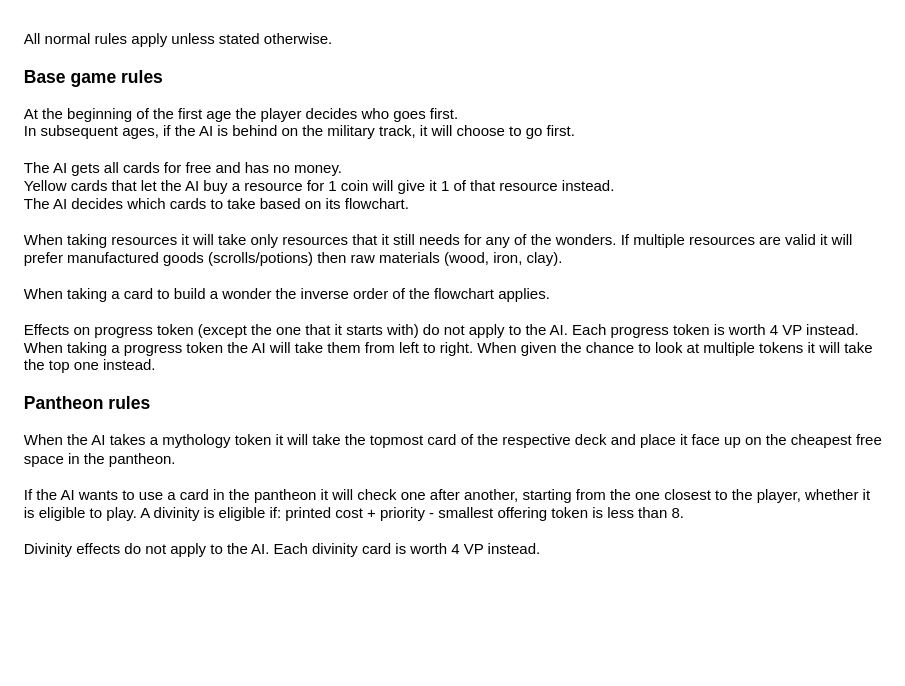
MadCowDevelopment/7WondersDuelBots keeps this draw.io diagram as Rules.drawio. Above is the earlier version. Source tidied: cells renumbered, new cells numbered last; positions are measured from the earlier drawing's top-left corner, leaving out a move shared by most shapes. Both pictures are drawn from the tidied source at 125%, with x=0, y=0 at pixel (21, 21).
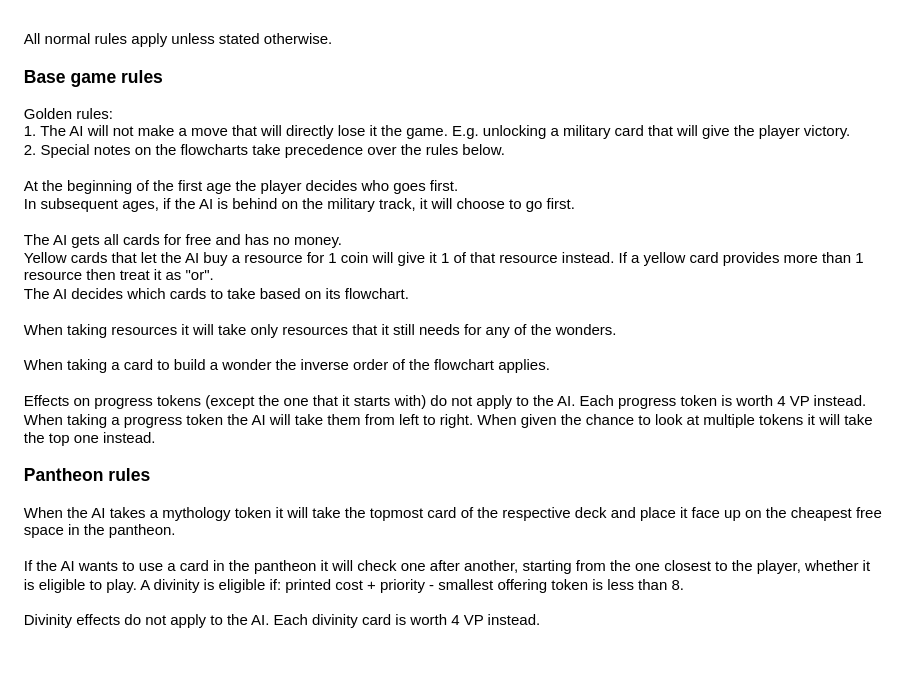
After the change.

Change to the diagram source:
```diff
@@
 <mxGraphModel>
   <root>
     <mxCell id="0" />
     <mxCell id="1" parent="0" />
-    <mxCell id="2" value="All normal rules apply unless stated otherwise.&lt;br&gt;&lt;span&gt;&lt;b&gt;&lt;br&gt;&lt;font style=&quot;font-size: 14px&quot;&gt;Base game rules&lt;/font&gt;&lt;/b&gt;&lt;/span&gt;&lt;br&gt;&lt;span&gt;&lt;br&gt;&lt;/span&gt;At the beginning of the first age the player decides who goes first.&lt;br&gt;In subsequent ages, if the AI is behind on the military track, it will choose to go first.&amp;nbsp;&lt;span&gt;&lt;br&gt;&lt;/span&gt;&lt;br&gt;&lt;span&gt;The AI gets all cards for free and has no money.&lt;/span&gt;&lt;br&gt;&lt;span&gt;Yellow cards that let the AI buy a resource for 1 coin will give it 1 of that resource instead.&lt;/span&gt;&lt;br&gt;&lt;span&gt;The AI decides which cards to take based on its flowchart.&lt;/span&gt;&lt;br&gt;&lt;br&gt;&lt;span&gt;When taking resources it will take only resources that it still needs for any of the wonders. If multiple resources are valid it will prefer manufactured goods (scrolls/potions) then raw materials (wood, iron, clay).&lt;br&gt;&lt;/span&gt;&lt;br&gt;&lt;span&gt;When taking a card to build a wonder the inverse order of the flowchart applies.&lt;br&gt;&lt;/span&gt;&lt;br&gt;Effects on progress token (except the one that it starts with) do not apply to the AI. Each progress token is worth 4 VP instead.&lt;br&gt;When taking a progress token the AI will take them from left to right. When given the chance to look at multiple tokens it will take the top one instead.&lt;br&gt;&lt;b&gt;&lt;br&gt;&lt;font style=&quot;font-size: 14px&quot;&gt;Pantheon rules&lt;/font&gt;&lt;br&gt;&lt;/b&gt;&lt;br&gt;When the AI takes a mythology token it will take the topmost card of the respective deck and place it face up on the cheapest free space in the pantheon.&lt;br&gt;&lt;br&gt;If the AI wants to use a card in the pantheon it will check one after another, starting from the one closest to the player, whether it is eligible to play. A divinity is eligible if: printed cost + priority - smallest offering token is less than 8.&lt;br&gt;&lt;br&gt;Divinity effects do not apply to the AI. Each divinity card is worth 4 VP instead.&lt;br&gt;&lt;br&gt;&lt;br&gt;" style="text;html=1;strokeColor=none;fillColor=none;align=left;verticalAlign=top;whiteSpace=wrap;rounded=0;" parent="1" vertex="1">
+    <mxCell id="2" value="All normal rules apply unless stated otherwise.&lt;br&gt;&lt;span&gt;&lt;b&gt;&lt;br&gt;&lt;font style=&quot;font-size: 14px&quot;&gt;Base game rules&lt;/font&gt;&lt;/b&gt;&lt;/span&gt;&lt;br&gt;&lt;span&gt;&lt;br&gt;&lt;/span&gt;Golden rules: &lt;br&gt;1. The AI will not make a move that will directly lose it the game. E.g. unlocking a military card that will give the player victory.&lt;br&gt;2. Special notes on the flowcharts take precedence over the rules below.&lt;br&gt;&lt;br&gt;At the beginning of the first age the player decides who goes first. &lt;br&gt;In subsequent ages, if the AI is behind on the military track, it will choose to go first.&amp;nbsp;&lt;span&gt;&lt;br&gt;&lt;/span&gt;&lt;br&gt;&lt;span&gt;The AI gets all cards for free and has no money.&lt;/span&gt;&lt;br&gt;&lt;span&gt;Yellow cards that let the AI buy a resource for 1 coin will give it 1 of that resource instead. If a yellow card provides more than 1 resource then treat it as &quot;or&quot;.&lt;/span&gt;&lt;br&gt;&lt;span&gt;The AI decides which cards to take based on its flowchart.&lt;/span&gt;&lt;br&gt;&lt;br&gt;&lt;span&gt;When taking resources it will take only resources that it still needs for any of the wonders.&lt;br&gt;&lt;/span&gt;&lt;br&gt;&lt;span&gt;When taking a card to build a wonder the inverse order of the flowchart applies.&lt;br&gt;&lt;/span&gt;&lt;br&gt;Effects on progress tokens (except the one that it starts with) do not apply to the AI. Each progress token is worth 4 VP instead.&lt;br&gt;When taking a progress token the AI will take them from left to right. When given the chance to look at multiple tokens it will take the top one instead.&lt;br&gt;&lt;b&gt;&lt;br&gt;&lt;font style=&quot;font-size: 14px&quot;&gt;Pantheon rules&lt;/font&gt;&lt;br&gt;&lt;/b&gt;&lt;br&gt;When the AI takes a mythology token it will take the topmost card of the respective deck and place it face up on the cheapest free space in the pantheon.&lt;br&gt;&lt;br&gt;If the AI wants to use a card in the pantheon it will check one after another, starting from the one closest to the player, whether it is eligible to play. A divinity is eligible if: printed cost + priority - smallest offering token is less than 8.&lt;br&gt;&lt;br&gt;Divinity effects do not apply to the AI. Each divinity card is worth 4 VP instead.&lt;br&gt;&lt;br&gt;&lt;br&gt;" style="text;html=1;strokeColor=none;fillColor=none;align=left;verticalAlign=top;whiteSpace=wrap;rounded=0;" parent="1" vertex="1">
       <mxGeometry width="690" height="480" as="geometry" />
     </mxCell>
   </root>
 </mxGraphModel>
```
